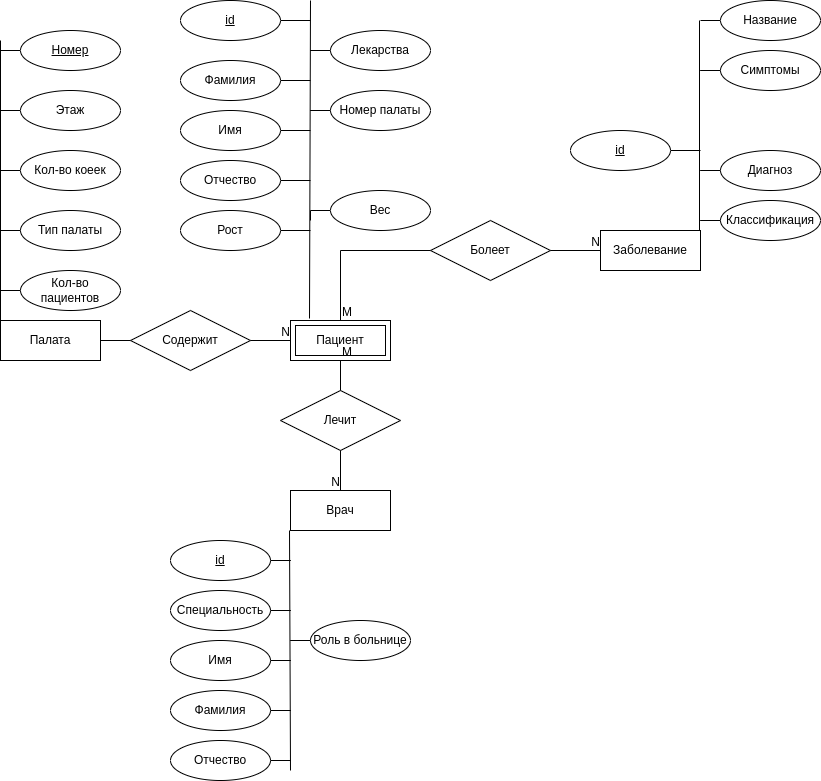
Before: lab-01/assets/ER.drawio.png, a diagram exported from draw.io (xanderkov/ics7-web). Source tidied: cells renumbered, new cells last; positions are measured from the earlier drawing's top-left corner, leaving out a move shared by most shapes. The source it was exported from:
```xml
<mxGraphModel>
  <root>
    <mxCell id="0" />
    <mxCell id="1" parent="0" />
    <mxCell id="2" value="Пациент" style="shape=ext;margin=3;double=1;whiteSpace=wrap;html=1;align=center;" parent="1" vertex="1">
      <mxGeometry x="290" y="320" width="100" height="40" as="geometry" />
    </mxCell>
    <mxCell id="3" value="Палата" style="whiteSpace=wrap;html=1;align=center;" parent="1" vertex="1">
      <mxGeometry y="320" width="100" height="40" as="geometry" />
    </mxCell>
    <mxCell id="4" value="Врач" style="whiteSpace=wrap;html=1;align=center;" parent="1" vertex="1">
      <mxGeometry x="290" y="490" width="100" height="40" as="geometry" />
    </mxCell>
    <mxCell id="5" value="Заболевание" style="whiteSpace=wrap;html=1;align=center;" parent="1" vertex="1">
      <mxGeometry x="600" y="230" width="100" height="40" as="geometry" />
    </mxCell>
    <mxCell id="6" style="endArrow=none;html=1;rounded=0;entryX=0.5;entryY=0;entryDx=0;entryDy=0;exitX=0.5;exitY=1;exitDx=0;exitDy=0;" parent="1" edge="1" source="2" target="4">
      <mxGeometry relative="1" as="geometry" />
    </mxCell>
    <mxCell id="7" value="M" style="html=1;align=left;verticalAlign=bottom;" parent="6" vertex="1">
      <mxGeometry x="-1" relative="1" as="geometry" />
    </mxCell>
    <mxCell id="8" value="N" style="html=1;align=right;verticalAlign=bottom;" parent="6" vertex="1">
      <mxGeometry x="1" relative="1" as="geometry" />
    </mxCell>
    <mxCell id="9" value="Лечит" style="shape=rhombus;perimeter=rhombusPerimeter;whiteSpace=wrap;html=1;align=center;" parent="1" vertex="1">
      <mxGeometry x="280" y="390" width="120" height="60" as="geometry" />
    </mxCell>
    <mxCell id="10" style="endArrow=none;html=1;rounded=0;exitX=1;exitY=0.5;exitDx=0;exitDy=0;entryX=0;entryY=0.5;entryDx=0;entryDy=0;startArrow=none;" parent="1" edge="1" source="12" target="2">
      <mxGeometry relative="1" as="geometry" />
    </mxCell>
    <mxCell id="11" value="N" style="html=1;align=right;verticalAlign=bottom;" parent="10" vertex="1">
      <mxGeometry x="1" relative="1" as="geometry" />
    </mxCell>
    <mxCell id="12" value="Содержит" style="shape=rhombus;perimeter=rhombusPerimeter;whiteSpace=wrap;html=1;align=center;" parent="1" vertex="1">
      <mxGeometry x="130" y="310" width="120" height="60" as="geometry" />
    </mxCell>
    <mxCell id="13" style="endArrow=none;html=1;rounded=0;exitX=1;exitY=0.5;exitDx=0;exitDy=0;entryX=0;entryY=0.5;entryDx=0;entryDy=0;" parent="1" edge="1" source="3" target="12">
      <mxGeometry relative="1" as="geometry" />
    </mxCell>
    <mxCell id="14" style="endArrow=none;html=1;rounded=0;entryX=0;entryY=0.5;entryDx=0;entryDy=0;exitX=0.5;exitY=0;exitDx=0;exitDy=0;" parent="1" edge="1" source="2" target="5">
      <mxGeometry relative="1" as="geometry">
        <Array as="points">
          <mxPoint x="340" y="250" />
        </Array>
      </mxGeometry>
    </mxCell>
    <mxCell id="15" value="M" style="html=1;align=left;verticalAlign=bottom;" parent="14" vertex="1">
      <mxGeometry x="-1" relative="1" as="geometry" />
    </mxCell>
    <mxCell id="16" value="N" style="html=1;align=right;verticalAlign=bottom;" parent="14" vertex="1">
      <mxGeometry x="1" relative="1" as="geometry" />
    </mxCell>
    <mxCell id="17" value="Болеет" style="shape=rhombus;perimeter=rhombusPerimeter;whiteSpace=wrap;html=1;align=center;" parent="1" vertex="1">
      <mxGeometry x="430" y="220" width="120" height="60" as="geometry" />
    </mxCell>
    <mxCell id="18" style="endArrow=none;html=1;rounded=0;entryX=0.19;entryY=-0.05;entryDx=0;entryDy=0;entryPerimeter=0;" parent="1" edge="1" target="2">
      <mxGeometry relative="1" as="geometry">
        <mxPoint x="310" as="sourcePoint" />
      </mxGeometry>
    </mxCell>
    <mxCell id="19" style="endArrow=none;html=1;rounded=0;entryX=0.25;entryY=0;entryDx=0;entryDy=0;" parent="1" edge="1">
      <mxGeometry relative="1" as="geometry">
        <mxPoint y="40" as="sourcePoint" />
        <mxPoint y="320" as="targetPoint" />
      </mxGeometry>
    </mxCell>
    <mxCell id="20" style="endArrow=none;html=1;rounded=0;" parent="1" edge="1">
      <mxGeometry relative="1" as="geometry">
        <mxPoint x="289" y="530" as="sourcePoint" />
        <mxPoint x="290" y="770" as="targetPoint" />
      </mxGeometry>
    </mxCell>
    <mxCell id="21" style="endArrow=none;html=1;rounded=0;entryX=0.25;entryY=0;entryDx=0;entryDy=0;" parent="1" edge="1">
      <mxGeometry relative="1" as="geometry">
        <mxPoint x="699" y="20" as="sourcePoint" />
        <mxPoint x="699" y="230" as="targetPoint" />
      </mxGeometry>
    </mxCell>
    <mxCell id="22" style="edgeStyle=orthogonalEdgeStyle;rounded=0;orthogonalLoop=1;jettySize=auto;html=1;exitX=0;exitY=0.5;exitDx=0;exitDy=0;endArrow=none;endFill=0;" parent="1" edge="1">
      <mxGeometry relative="1" as="geometry">
        <mxPoint x="20" y="50" as="sourcePoint" />
        <mxPoint y="110" as="targetPoint" />
      </mxGeometry>
    </mxCell>
    <mxCell id="23" style="edgeStyle=orthogonalEdgeStyle;rounded=0;jettySize=auto;html=1;exitX=0;exitY=0.5;exitDx=0;exitDy=0;endArrow=none;endFill=0;" parent="1" edge="1" source="24">
      <mxGeometry relative="1" as="geometry">
        <mxPoint y="170" as="targetPoint" />
      </mxGeometry>
    </mxCell>
    <mxCell id="24" value="Этаж" style="ellipse;whiteSpace=wrap;html=1;align=center;" parent="1" vertex="1">
      <mxGeometry x="20" y="90" width="100" height="40" as="geometry" />
    </mxCell>
    <mxCell id="25" style="edgeStyle=orthogonalEdgeStyle;rounded=0;jettySize=auto;html=1;endArrow=none;endFill=0;" parent="1" edge="1" source="26">
      <mxGeometry relative="1" as="geometry">
        <mxPoint y="230" as="targetPoint" />
      </mxGeometry>
    </mxCell>
    <mxCell id="26" value="Кол-во коеек" style="ellipse;whiteSpace=wrap;html=1;align=center;" parent="1" vertex="1">
      <mxGeometry x="20" y="150" width="100" height="40" as="geometry" />
    </mxCell>
    <mxCell id="27" style="edgeStyle=orthogonalEdgeStyle;rounded=0;jettySize=auto;html=1;endArrow=none;endFill=0;" parent="1" edge="1" source="28">
      <mxGeometry relative="1" as="geometry">
        <mxPoint y="290" as="targetPoint" />
      </mxGeometry>
    </mxCell>
    <mxCell id="28" value="Кол-во пациентов" style="ellipse;whiteSpace=wrap;html=1;align=center;" parent="1" vertex="1">
      <mxGeometry x="20" y="270" width="100" height="40" as="geometry" />
    </mxCell>
    <mxCell id="29" style="edgeStyle=orthogonalEdgeStyle;rounded=0;jettySize=auto;html=1;endArrow=none;endFill=0;" parent="1" edge="1" source="30">
      <mxGeometry relative="1" as="geometry">
        <mxPoint x="310" y="20" as="targetPoint" />
      </mxGeometry>
    </mxCell>
    <mxCell id="30" value="id" style="ellipse;whiteSpace=wrap;html=1;align=center;fontStyle=4;" parent="1" vertex="1">
      <mxGeometry x="180" width="100" height="40" as="geometry" />
    </mxCell>
    <mxCell id="31" style="edgeStyle=orthogonalEdgeStyle;rounded=0;jettySize=auto;html=1;endArrow=none;endFill=0;" parent="1" edge="1" source="32">
      <mxGeometry relative="1" as="geometry">
        <mxPoint x="310" y="80" as="targetPoint" />
      </mxGeometry>
    </mxCell>
    <mxCell id="32" value="Фамилия" style="ellipse;whiteSpace=wrap;html=1;align=center;" parent="1" vertex="1">
      <mxGeometry x="180" y="60" width="100" height="40" as="geometry" />
    </mxCell>
    <mxCell id="33" style="edgeStyle=orthogonalEdgeStyle;rounded=0;jettySize=auto;html=1;endArrow=none;endFill=0;" parent="1" edge="1" source="34">
      <mxGeometry relative="1" as="geometry">
        <mxPoint x="310" y="130" as="targetPoint" />
      </mxGeometry>
    </mxCell>
    <mxCell id="34" value="Имя" style="ellipse;whiteSpace=wrap;html=1;align=center;" parent="1" vertex="1">
      <mxGeometry x="180" y="110" width="100" height="40" as="geometry" />
    </mxCell>
    <mxCell id="35" style="edgeStyle=orthogonalEdgeStyle;rounded=0;jettySize=auto;html=1;endArrow=none;endFill=0;" parent="1" edge="1" source="36">
      <mxGeometry relative="1" as="geometry">
        <mxPoint x="310" y="180" as="targetPoint" />
      </mxGeometry>
    </mxCell>
    <mxCell id="36" value="Отчество" style="ellipse;whiteSpace=wrap;html=1;align=center;" parent="1" vertex="1">
      <mxGeometry x="180" y="160" width="100" height="40" as="geometry" />
    </mxCell>
    <mxCell id="37" style="edgeStyle=orthogonalEdgeStyle;rounded=0;orthogonalLoop=1;jettySize=auto;html=1;endArrow=none;endFill=0;" parent="1" edge="1">
      <mxGeometry relative="1" as="geometry">
        <mxPoint x="720" y="20" as="sourcePoint" />
        <mxPoint x="700" y="20" as="targetPoint" />
      </mxGeometry>
    </mxCell>
    <mxCell id="38" style="edgeStyle=orthogonalEdgeStyle;rounded=0;jettySize=auto;html=1;endArrow=none;endFill=0;" parent="1" edge="1" source="39">
      <mxGeometry relative="1" as="geometry">
        <mxPoint x="700" y="70" as="targetPoint" />
      </mxGeometry>
    </mxCell>
    <mxCell id="39" value="Симптомы" style="ellipse;whiteSpace=wrap;html=1;align=center;" parent="1" vertex="1">
      <mxGeometry x="720" y="50" width="100" height="40" as="geometry" />
    </mxCell>
    <mxCell id="40" style="edgeStyle=orthogonalEdgeStyle;rounded=0;jettySize=auto;html=1;endArrow=none;endFill=0;" parent="1" edge="1" source="41">
      <mxGeometry relative="1" as="geometry">
        <mxPoint x="700" y="170" as="targetPoint" />
      </mxGeometry>
    </mxCell>
    <mxCell id="41" value="Диагноз" style="ellipse;whiteSpace=wrap;html=1;align=center;" parent="1" vertex="1">
      <mxGeometry x="720" y="150" width="100" height="40" as="geometry" />
    </mxCell>
    <mxCell id="42" style="edgeStyle=orthogonalEdgeStyle;rounded=0;jettySize=auto;html=1;endArrow=none;endFill=0;" parent="1" edge="1" source="43">
      <mxGeometry relative="1" as="geometry">
        <mxPoint x="700" y="220" as="targetPoint" />
      </mxGeometry>
    </mxCell>
    <mxCell id="43" value="Классификация" style="ellipse;whiteSpace=wrap;html=1;align=center;" parent="1" vertex="1">
      <mxGeometry x="720" y="200" width="100" height="40" as="geometry" />
    </mxCell>
    <mxCell id="44" style="edgeStyle=orthogonalEdgeStyle;rounded=0;jettySize=auto;html=1;endArrow=none;endFill=0;" parent="1" edge="1" source="45">
      <mxGeometry relative="1" as="geometry">
        <mxPoint x="290" y="560" as="targetPoint" />
      </mxGeometry>
    </mxCell>
    <mxCell id="45" value="id" style="ellipse;whiteSpace=wrap;html=1;align=center;fontStyle=4;" parent="1" vertex="1">
      <mxGeometry x="170" y="540" width="100" height="40" as="geometry" />
    </mxCell>
    <mxCell id="46" style="edgeStyle=orthogonalEdgeStyle;rounded=0;jettySize=auto;html=1;endArrow=none;endFill=0;" parent="1" edge="1" source="47">
      <mxGeometry relative="1" as="geometry">
        <mxPoint x="290" y="610" as="targetPoint" />
      </mxGeometry>
    </mxCell>
    <mxCell id="47" value="Специальность" style="ellipse;whiteSpace=wrap;html=1;align=center;" parent="1" vertex="1">
      <mxGeometry x="170" y="590" width="100" height="40" as="geometry" />
    </mxCell>
    <mxCell id="48" style="edgeStyle=orthogonalEdgeStyle;rounded=0;jettySize=auto;html=1;endArrow=none;endFill=0;" parent="1" edge="1" source="49">
      <mxGeometry relative="1" as="geometry">
        <mxPoint x="290" y="660" as="targetPoint" />
      </mxGeometry>
    </mxCell>
    <mxCell id="49" value="Имя" style="ellipse;whiteSpace=wrap;html=1;align=center;" parent="1" vertex="1">
      <mxGeometry x="170" y="640" width="100" height="40" as="geometry" />
    </mxCell>
    <mxCell id="50" style="edgeStyle=orthogonalEdgeStyle;rounded=0;jettySize=auto;html=1;endArrow=none;endFill=0;" parent="1" edge="1" source="51">
      <mxGeometry relative="1" as="geometry">
        <mxPoint x="290" y="710" as="targetPoint" />
      </mxGeometry>
    </mxCell>
    <mxCell id="51" value="Фамилия" style="ellipse;whiteSpace=wrap;html=1;align=center;" parent="1" vertex="1">
      <mxGeometry x="170" y="690" width="100" height="40" as="geometry" />
    </mxCell>
    <mxCell id="52" style="edgeStyle=orthogonalEdgeStyle;rounded=0;jettySize=auto;html=1;endArrow=none;endFill=0;" parent="1" edge="1" source="53">
      <mxGeometry relative="1" as="geometry">
        <mxPoint x="290" y="760" as="targetPoint" />
      </mxGeometry>
    </mxCell>
    <mxCell id="53" value="Отчество" style="ellipse;whiteSpace=wrap;html=1;align=center;" parent="1" vertex="1">
      <mxGeometry x="170" y="740" width="100" height="40" as="geometry" />
    </mxCell>
    <mxCell id="54" style="edgeStyle=orthogonalEdgeStyle;rounded=0;jettySize=auto;html=1;endArrow=none;endFill=0;" parent="1" edge="1" source="55">
      <mxGeometry relative="1" as="geometry">
        <mxPoint x="310" y="110" as="targetPoint" />
      </mxGeometry>
    </mxCell>
    <mxCell id="55" value="Номер палаты" style="ellipse;whiteSpace=wrap;html=1;align=center;" parent="1" vertex="1">
      <mxGeometry x="330" y="90" width="100" height="40" as="geometry" />
    </mxCell>
    <mxCell id="56" style="edgeStyle=orthogonalEdgeStyle;rounded=0;jettySize=auto;html=1;endArrow=none;endFill=0;" parent="1" edge="1" source="57">
      <mxGeometry relative="1" as="geometry">
        <mxPoint y="230" as="targetPoint" />
      </mxGeometry>
    </mxCell>
    <mxCell id="57" value="Тип палаты" style="ellipse;whiteSpace=wrap;html=1;align=center;" parent="1" vertex="1">
      <mxGeometry x="20" y="210" width="100" height="40" as="geometry" />
    </mxCell>
    <mxCell id="58" value="Номер" style="ellipse;whiteSpace=wrap;html=1;align=center;fontStyle=4;" parent="1" vertex="1">
      <mxGeometry x="20" y="30" width="100" height="40" as="geometry" />
    </mxCell>
    <mxCell id="59" style="edgeStyle=orthogonalEdgeStyle;rounded=0;jettySize=auto;html=1;endArrow=none;endFill=0;" parent="1" edge="1" source="60">
      <mxGeometry relative="1" as="geometry">
        <mxPoint x="310" y="230" as="targetPoint" />
      </mxGeometry>
    </mxCell>
    <mxCell id="60" value="Рост" style="ellipse;whiteSpace=wrap;html=1;align=center;" parent="1" vertex="1">
      <mxGeometry x="180" y="210" width="100" height="40" as="geometry" />
    </mxCell>
    <mxCell id="61" style="edgeStyle=orthogonalEdgeStyle;rounded=0;jettySize=auto;html=1;endArrow=none;endFill=0;" parent="1" edge="1" source="62">
      <mxGeometry relative="1" as="geometry">
        <mxPoint x="310" y="220" as="targetPoint" />
      </mxGeometry>
    </mxCell>
    <mxCell id="62" value="Вес" style="ellipse;whiteSpace=wrap;html=1;align=center;" parent="1" vertex="1">
      <mxGeometry x="330" y="190" width="100" height="40" as="geometry" />
    </mxCell>
    <mxCell id="63" style="edgeStyle=orthogonalEdgeStyle;rounded=0;jettySize=auto;html=1;endArrow=none;endFill=0;" parent="1" edge="1" source="64">
      <mxGeometry relative="1" as="geometry">
        <mxPoint x="290" y="640" as="targetPoint" />
      </mxGeometry>
    </mxCell>
    <mxCell id="64" value="Роль в больнице" style="ellipse;whiteSpace=wrap;html=1;align=center;" parent="1" vertex="1">
      <mxGeometry x="310" y="620" width="100" height="40" as="geometry" />
    </mxCell>
    <mxCell id="65" style="edgeStyle=orthogonalEdgeStyle;rounded=0;jettySize=auto;html=1;endArrow=none;endFill=0;" parent="1" edge="1" source="66">
      <mxGeometry relative="1" as="geometry">
        <mxPoint x="700" y="150" as="targetPoint" />
      </mxGeometry>
    </mxCell>
    <mxCell id="66" value="id" style="ellipse;whiteSpace=wrap;html=1;align=center;fontStyle=4;" parent="1" vertex="1">
      <mxGeometry x="570" y="130" width="100" height="40" as="geometry" />
    </mxCell>
    <mxCell id="67" value="Название" style="ellipse;whiteSpace=wrap;html=1;align=center;" parent="1" vertex="1">
      <mxGeometry x="720" width="100" height="40" as="geometry" />
    </mxCell>
    <mxCell id="68" style="edgeStyle=orthogonalEdgeStyle;rounded=0;jettySize=auto;html=1;endArrow=none;endFill=0;" parent="1" edge="1" source="69">
      <mxGeometry relative="1" as="geometry">
        <mxPoint x="310" y="50" as="targetPoint" />
      </mxGeometry>
    </mxCell>
    <mxCell id="69" value="Лекарства" style="ellipse;whiteSpace=wrap;html=1;align=center;" parent="1" vertex="1">
      <mxGeometry x="330" y="30" width="100" height="40" as="geometry" />
    </mxCell>
  </root>
</mxGraphModel>
```
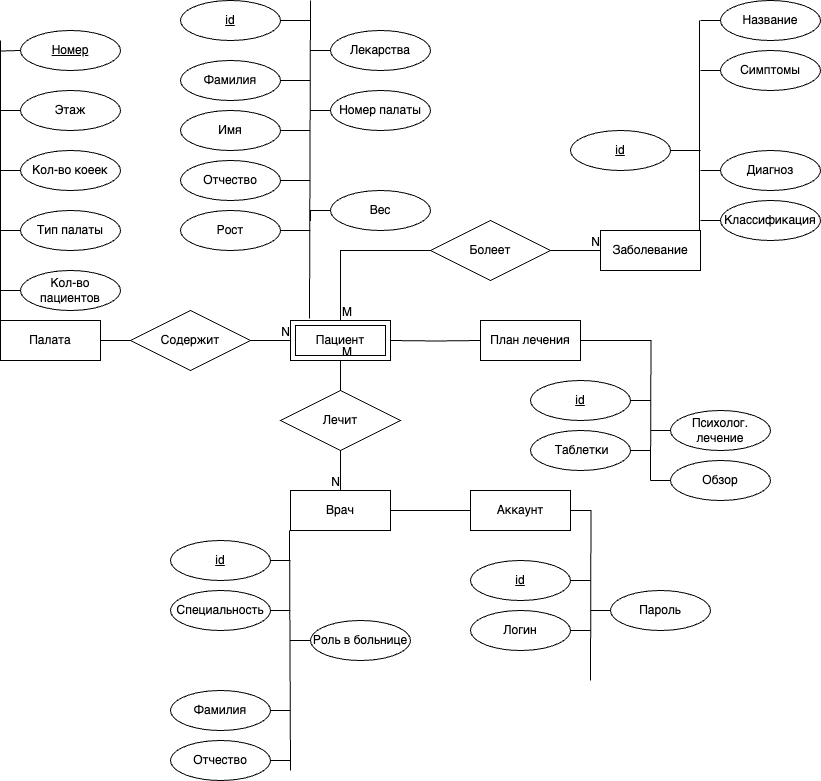
After the commit.

The edit, as a diff of the source:
```diff
@@ -185,14 +185,6 @@
     <mxCell id="47" value="Специальность" style="ellipse;whiteSpace=wrap;html=1;align=center;" parent="1" vertex="1">
       <mxGeometry x="170" y="590" width="100" height="40" as="geometry" />
     </mxCell>
-    <mxCell id="48" style="edgeStyle=orthogonalEdgeStyle;rounded=0;jettySize=auto;html=1;endArrow=none;endFill=0;" parent="1" edge="1" source="49">
-      <mxGeometry relative="1" as="geometry">
-        <mxPoint x="290" y="660" as="targetPoint" />
-      </mxGeometry>
-    </mxCell>
-    <mxCell id="49" value="Имя" style="ellipse;whiteSpace=wrap;html=1;align=center;" parent="1" vertex="1">
-      <mxGeometry x="170" y="640" width="100" height="40" as="geometry" />
-    </mxCell>
     <mxCell id="50" style="edgeStyle=orthogonalEdgeStyle;rounded=0;jettySize=auto;html=1;endArrow=none;endFill=0;" parent="1" edge="1" source="51">
       <mxGeometry relative="1" as="geometry">
         <mxPoint x="290" y="710" as="targetPoint" />
@@ -271,5 +263,87 @@
     <mxCell id="69" value="Лекарства" style="ellipse;whiteSpace=wrap;html=1;align=center;" parent="1" vertex="1">
       <mxGeometry x="330" y="30" width="100" height="40" as="geometry" />
     </mxCell>
+    <mxCell id="70" style="edgeStyle=orthogonalEdgeStyle;rounded=0;jettySize=auto;html=1;endArrow=none;endFill=0;" parent="1" edge="1" source="72">
+      <mxGeometry relative="1" as="geometry">
+        <mxPoint x="590" y="680" as="targetPoint" />
+      </mxGeometry>
+    </mxCell>
+    <mxCell id="71" style="edgeStyle=orthogonalEdgeStyle;rounded=0;jettySize=auto;html=1;entryX=1;entryY=0.5;entryDx=0;entryDy=0;endArrow=none;endFill=0;" parent="1" edge="1" source="72" target="4">
+      <mxGeometry relative="1" as="geometry" />
+    </mxCell>
+    <mxCell id="72" value="Аккаунт" style="whiteSpace=wrap;html=1;align=center;" parent="1" vertex="1">
+      <mxGeometry x="470" y="490" width="100" height="40" as="geometry" />
+    </mxCell>
+    <mxCell id="73" style="edgeStyle=orthogonalEdgeStyle;rounded=0;jettySize=auto;html=1;endArrow=none;endFill=0;" parent="1" edge="1" source="74">
+      <mxGeometry relative="1" as="geometry">
+        <mxPoint x="580" y="580" as="targetPoint" />
+      </mxGeometry>
+    </mxCell>
+    <mxCell id="74" value="id" style="ellipse;whiteSpace=wrap;html=1;align=center;fontStyle=4;" parent="1" vertex="1">
+      <mxGeometry x="470" y="560" width="100" height="40" as="geometry" />
+    </mxCell>
+    <mxCell id="75" style="edgeStyle=orthogonalEdgeStyle;rounded=0;jettySize=auto;html=1;endArrow=none;endFill=0;" parent="1" edge="1" source="76">
+      <mxGeometry relative="1" as="geometry">
+        <mxPoint x="580" y="630" as="targetPoint" />
+      </mxGeometry>
+    </mxCell>
+    <mxCell id="76" value="Логин" style="ellipse;whiteSpace=wrap;html=1;align=center;" parent="1" vertex="1">
+      <mxGeometry x="470" y="610" width="100" height="40" as="geometry" />
+    </mxCell>
+    <mxCell id="77" value="Пароль" style="ellipse;whiteSpace=wrap;html=1;align=center;" parent="1" vertex="1">
+      <mxGeometry x="610" y="590" width="100" height="40" as="geometry" />
+    </mxCell>
+    <mxCell id="78" style="edgeStyle=orthogonalEdgeStyle;rounded=0;orthogonalLoop=1;jettySize=auto;html=1;endArrow=none;endFill=0;entryX=0;entryY=0.5;entryDx=0;entryDy=0;" parent="1" edge="1">
+      <mxGeometry relative="1" as="geometry">
+        <mxPoint x="590" y="610" as="sourcePoint" />
+        <mxPoint x="610" y="610" as="targetPoint" />
+      </mxGeometry>
+    </mxCell>
+    <mxCell id="79" style="edgeStyle=orthogonalEdgeStyle;rounded=0;jettySize=auto;html=1;entryX=1;entryY=0.5;entryDx=0;entryDy=0;endArrow=none;endFill=0;" parent="1" edge="1" target="2">
+      <mxGeometry relative="1" as="geometry">
+        <mxPoint x="480" y="340" as="sourcePoint" />
+      </mxGeometry>
+    </mxCell>
+    <mxCell id="80" style="edgeStyle=orthogonalEdgeStyle;rounded=0;jettySize=auto;html=1;endArrow=none;endFill=0;" parent="1" edge="1" source="81">
+      <mxGeometry relative="1" as="geometry">
+        <mxPoint x="650" y="480" as="targetPoint" />
+      </mxGeometry>
+    </mxCell>
+    <mxCell id="81" value="План лечения" style="whiteSpace=wrap;html=1;align=center;" parent="1" vertex="1">
+      <mxGeometry x="480" y="320" width="100" height="40" as="geometry" />
+    </mxCell>
+    <mxCell id="82" style="edgeStyle=orthogonalEdgeStyle;rounded=0;jettySize=auto;html=1;endArrow=none;endFill=0;" parent="1" edge="1" source="83">
+      <mxGeometry relative="1" as="geometry">
+        <mxPoint x="640" y="400" as="targetPoint" />
+      </mxGeometry>
+    </mxCell>
+    <mxCell id="83" value="id" style="ellipse;whiteSpace=wrap;html=1;align=center;fontStyle=4;" parent="1" vertex="1">
+      <mxGeometry x="530" y="380" width="100" height="40" as="geometry" />
+    </mxCell>
+    <mxCell id="84" style="edgeStyle=orthogonalEdgeStyle;rounded=0;jettySize=auto;html=1;endArrow=none;endFill=0;" parent="1" edge="1" source="85">
+      <mxGeometry relative="1" as="geometry">
+        <mxPoint x="640" y="450" as="targetPoint" />
+      </mxGeometry>
+    </mxCell>
+    <mxCell id="85" value="&amp;nbsp;Таблетки" style="ellipse;whiteSpace=wrap;html=1;align=center;" parent="1" vertex="1">
+      <mxGeometry x="530" y="430" width="100" height="40" as="geometry" />
+    </mxCell>
+    <mxCell id="86" value="Психолог.&lt;br&gt;лечение" style="ellipse;whiteSpace=wrap;html=1;align=center;" parent="1" vertex="1">
+      <mxGeometry x="670" y="410" width="100" height="40" as="geometry" />
+    </mxCell>
+    <mxCell id="87" style="edgeStyle=orthogonalEdgeStyle;rounded=0;orthogonalLoop=1;jettySize=auto;html=1;endArrow=none;endFill=0;entryX=0;entryY=0.5;entryDx=0;entryDy=0;" parent="1" edge="1">
+      <mxGeometry relative="1" as="geometry">
+        <mxPoint x="650" y="430" as="sourcePoint" />
+        <mxPoint x="670" y="430" as="targetPoint" />
+      </mxGeometry>
+    </mxCell>
+    <mxCell id="88" style="edgeStyle=orthogonalEdgeStyle;rounded=0;jettySize=auto;html=1;endArrow=none;endFill=0;" parent="1" edge="1" source="89">
+      <mxGeometry relative="1" as="geometry">
+        <mxPoint x="650" y="480" as="targetPoint" />
+      </mxGeometry>
+    </mxCell>
+    <mxCell id="89" value="Обзор" style="ellipse;whiteSpace=wrap;html=1;align=center;" parent="1" vertex="1">
+      <mxGeometry x="670" y="460" width="100" height="40" as="geometry" />
+    </mxCell>
   </root>
 </mxGraphModel>
```
